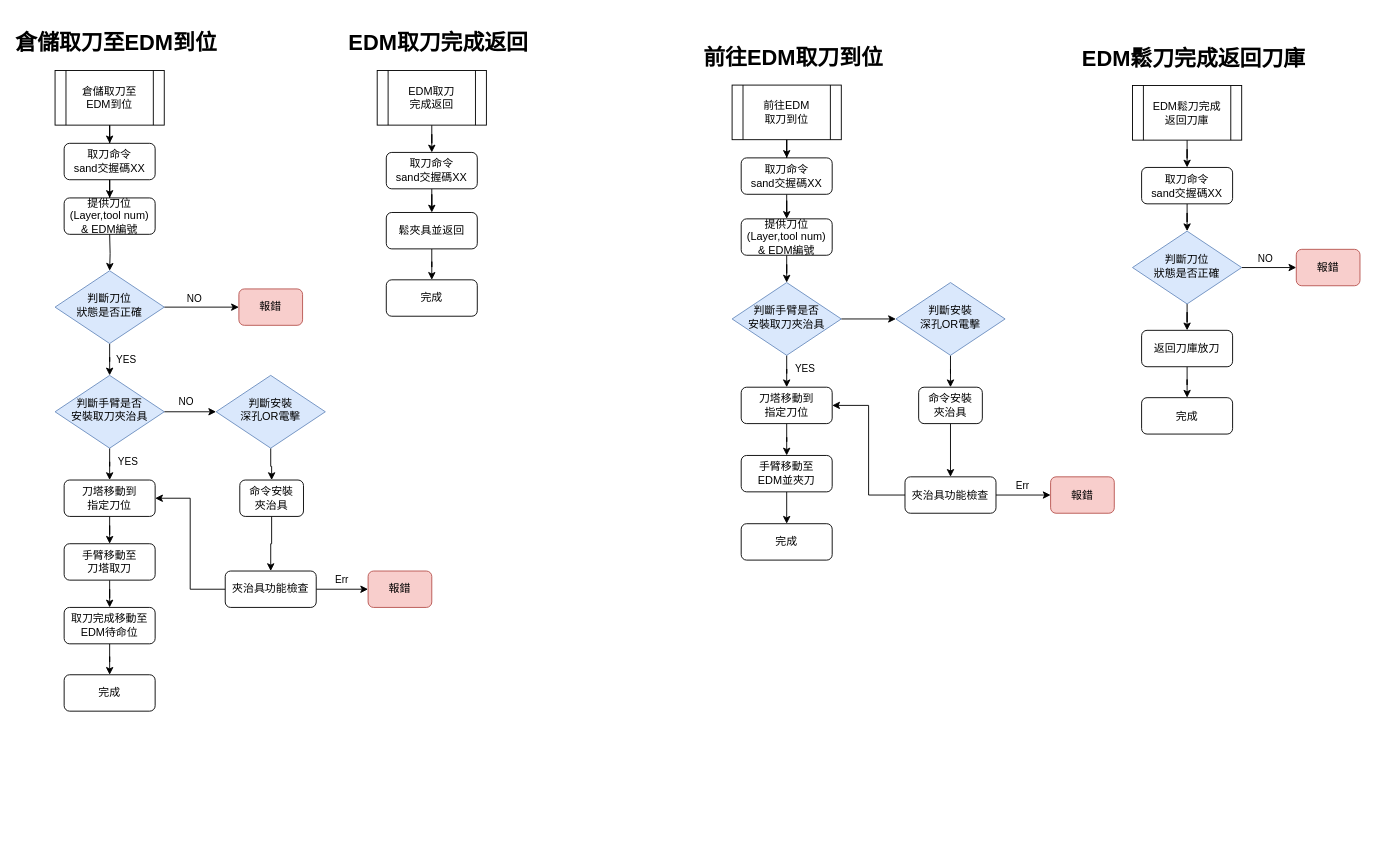
Earlier version of the draw.io diagram page "自動取放刀" (4 of 6) of 上位系統交握流程.drawio (ChiangRyan/process-diagram). Source tidied: cells renumbered, new cells numbered last; positions are measured from the earlier drawing's top-left corner, leaving out a move shared by most shapes. Both pictures are drawn from the tidied source at 91%, with x=0, y=0 at pixel (55, 25).
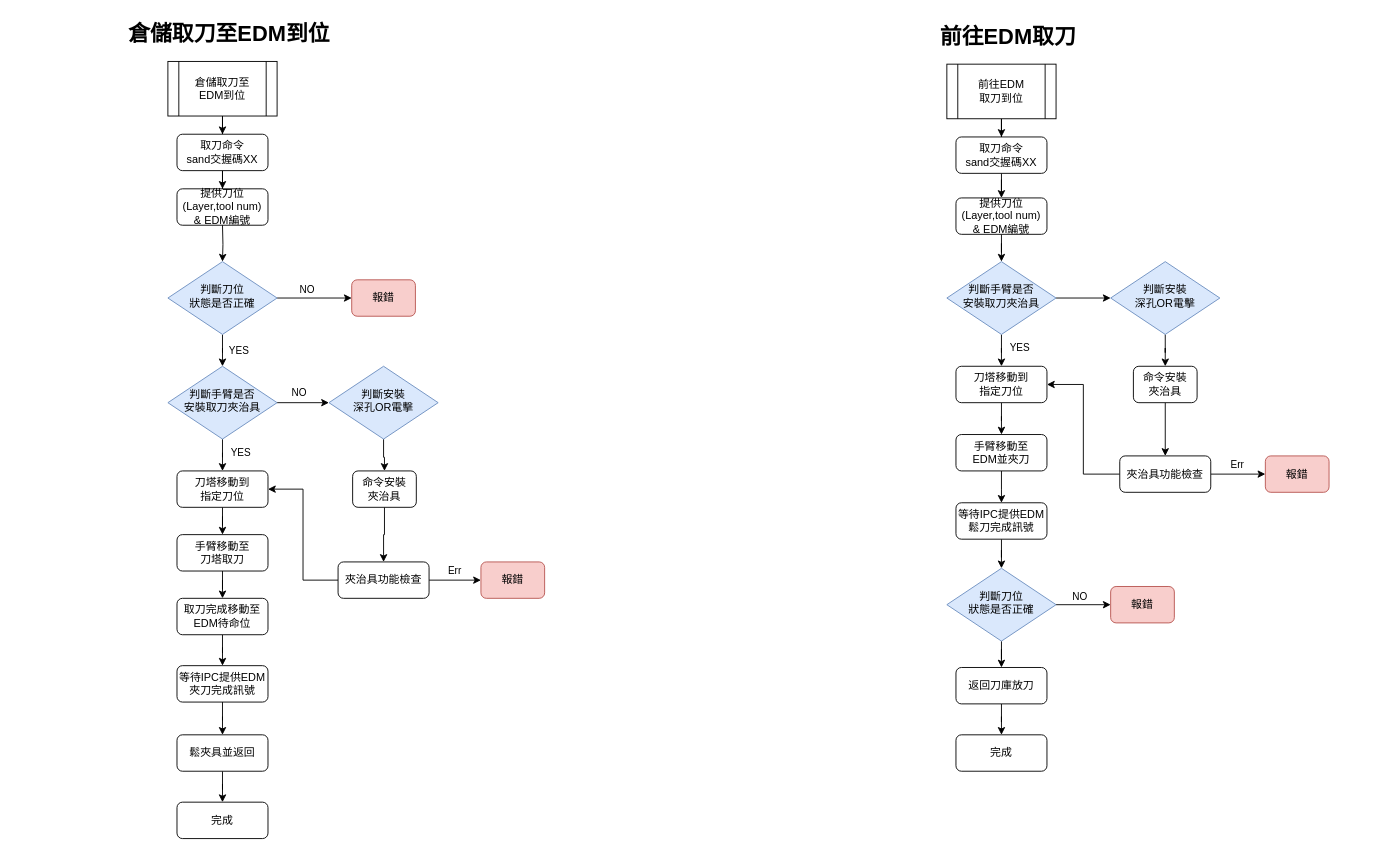
The same page after the edit.

Commit message:
更新上位系統交握流程.drawio

Change to the diagram source:
```diff
@@
     <mxCell id="2" value="提供刀位(Layer,tool num)&lt;div&gt;&amp;amp; EDM編號&lt;br&gt;&lt;/div&gt;" style="rounded=1;whiteSpace=wrap;html=1;fontSize=12;glass=0;strokeWidth=1;shadow=0;" parent="1" vertex="1">
-      <mxGeometry x="10" y="190" width="100" height="40" as="geometry" />
+      <mxGeometry x="134" y="180" width="100" height="40" as="geometry" />
     </mxCell>
@@
     <mxCell id="4" value="倉儲取刀&lt;span style=&quot;background-color: initial;&quot;&gt;至&lt;/span&gt;&lt;div&gt;&lt;div&gt;EDM到位&lt;/div&gt;&lt;/div&gt;" style="shape=process;whiteSpace=wrap;html=1;backgroundOutline=1;" parent="1" vertex="1">
-      <mxGeometry y="50" width="120" height="60" as="geometry" />
+      <mxGeometry x="124" y="40" width="120" height="60" as="geometry" />
     </mxCell>
@@
     <mxCell id="6" value="取刀命令&lt;div&gt;sand交握碼XX&lt;/div&gt;" style="rounded=1;whiteSpace=wrap;html=1;fontSize=12;glass=0;strokeWidth=1;shadow=0;" parent="1" vertex="1">
-      <mxGeometry x="10" y="130" width="100" height="40" as="geometry" />
+      <mxGeometry x="134" y="120" width="100" height="40" as="geometry" />
     </mxCell>
@@
     <mxCell id="8" value="刀塔移動到&lt;div&gt;指定刀位&lt;/div&gt;" style="rounded=1;whiteSpace=wrap;html=1;fontSize=12;glass=0;strokeWidth=1;shadow=0;" parent="1" vertex="1">
-      <mxGeometry x="10" y="500" width="100" height="40" as="geometry" />
+      <mxGeometry x="134" y="490" width="100" height="40" as="geometry" />
     </mxCell>
@@
     <mxCell id="13" value="判斷手臂是否&lt;div&gt;安裝取刀夾治具&lt;/div&gt;" style="rhombus;whiteSpace=wrap;html=1;shadow=0;fontFamily=Helvetica;fontSize=12;align=center;strokeWidth=1;spacing=6;spacingTop=-4;fillColor=#dae8fc;strokeColor=#6c8ebf;" parent="1" vertex="1">
-      <mxGeometry y="385" width="120" height="80" as="geometry" />
+      <mxGeometry x="124" y="375" width="120" height="80" as="geometry" />
     </mxCell>
@@
     <mxCell id="15" value="命令安裝&lt;div&gt;夾治具&lt;/div&gt;" style="rounded=1;whiteSpace=wrap;html=1;fontSize=12;glass=0;strokeWidth=1;shadow=0;" parent="1" vertex="1">
-      <mxGeometry x="203" y="500" width="70" height="40" as="geometry" />
+      <mxGeometry x="327" y="490" width="70" height="40" as="geometry" />
     </mxCell>
@@
     <mxCell id="17" value="取刀完成移動至EDM待命位" style="rounded=1;whiteSpace=wrap;html=1;fontSize=12;glass=0;strokeWidth=1;shadow=0;" parent="1" vertex="1">
-      <mxGeometry x="10" y="640" width="100" height="40" as="geometry" />
+      <mxGeometry x="134" y="630" width="100" height="40" as="geometry" />
     </mxCell>
+    <mxCell id="82" style="edgeStyle=orthogonalEdgeStyle;rounded=0;jettySize=auto;html=1;entryX=0.5;entryY=0;entryDx=0;entryDy=0;" parent="1" edge="1" source="18" target="41">
+      <mxGeometry relative="1" as="geometry" />
+    </mxCell>
-    <mxCell id="18" value="完成" style="rounded=1;whiteSpace=wrap;html=1;fontSize=12;glass=0;strokeWidth=1;shadow=0;" parent="1" vertex="1">
-      <mxGeometry x="10" y="714" width="100" height="40" as="geometry" />
+    <mxCell id="18" value="等待IPC提供EDM夾刀&lt;span style=&quot;background-color: initial;&quot;&gt;完成訊號&lt;/span&gt;" style="rounded=1;whiteSpace=wrap;html=1;fontSize=12;glass=0;strokeWidth=1;shadow=0;" parent="1" vertex="1">
+      <mxGeometry x="134" y="704" width="100" height="40" as="geometry" />
     </mxCell>
     <mxCell id="19" style="edgeStyle=orthogonalEdgeStyle;rounded=0;jettySize=auto;html=1;entryX=0.5;entryY=0;entryDx=0;entryDy=0;" parent="1" edge="1" target="26">
       <mxGeometry relative="1" as="geometry">
-        <mxPoint x="60" y="230" as="sourcePoint" />
+        <mxPoint x="184" y="220" as="sourcePoint" />
       </mxGeometry>
     </mxCell>
@@
     <mxCell id="26" value="判斷刀位&lt;div&gt;狀態是否正確&lt;/div&gt;" style="rhombus;whiteSpace=wrap;html=1;shadow=0;fontFamily=Helvetica;fontSize=12;align=center;strokeWidth=1;spacing=6;spacingTop=-4;fillColor=#dae8fc;strokeColor=#6c8ebf;" parent="1" vertex="1">
-      <mxGeometry y="270" width="120" height="80" as="geometry" />
+      <mxGeometry x="124" y="260" width="120" height="80" as="geometry" />
     </mxCell>
     <mxCell id="27" value="報錯" style="rounded=1;whiteSpace=wrap;html=1;fontSize=12;glass=0;strokeWidth=1;shadow=0;fillColor=#f8cecc;strokeColor=#b85450;" parent="1" vertex="1">
-      <mxGeometry x="202" y="290" width="70" height="40" as="geometry" />
+      <mxGeometry x="326" y="280" width="70" height="40" as="geometry" />
     </mxCell>
     <mxCell id="28" value="倉儲取刀至EDM到位" style="text;strokeColor=none;fillColor=none;html=1;fontSize=24;fontStyle=1;verticalAlign=middle;align=center;" parent="1" vertex="1">
-      <mxGeometry x="17" width="100" height="40" as="geometry" />
+      <mxGeometry x="141" y="-10" width="100" height="40" as="geometry" />
     </mxCell>
@@
     <mxCell id="30" value="手臂移動至&lt;div&gt;刀塔取刀&lt;/div&gt;" style="rounded=1;whiteSpace=wrap;html=1;fontSize=12;glass=0;strokeWidth=1;shadow=0;" parent="1" vertex="1">
-      <mxGeometry x="10" y="570" width="100" height="40" as="geometry" />
+      <mxGeometry x="134" y="560" width="100" height="40" as="geometry" />
     </mxCell>
@@
     <mxCell id="34" value="夾治具功能檢查" style="rounded=1;whiteSpace=wrap;html=1;fontSize=12;glass=0;strokeWidth=1;shadow=0;" parent="1" vertex="1">
-      <mxGeometry x="187" y="600" width="100" height="40" as="geometry" />
+      <mxGeometry x="311" y="590" width="100" height="40" as="geometry" />
     </mxCell>
     <mxCell id="35" value="報錯" style="rounded=1;whiteSpace=wrap;html=1;fontSize=12;glass=0;strokeWidth=1;shadow=0;fillColor=#f8cecc;strokeColor=#b85450;" parent="1" vertex="1">
-      <mxGeometry x="344" y="600" width="70" height="40" as="geometry" />
+      <mxGeometry x="468" y="590" width="70" height="40" as="geometry" />
     </mxCell>
-    <mxCell id="36" style="edgeStyle=orthogonalEdgeStyle;rounded=0;jettySize=auto;html=1;entryX=0.5;entryY=0;entryDx=0;entryDy=0;" parent="1" edge="1" source="37" target="39">
-      <mxGeometry relative="1" as="geometry" />
-    </mxCell>
-    <mxCell id="37" value="EDM取刀&lt;div&gt;完成返回&lt;/div&gt;" style="shape=process;whiteSpace=wrap;html=1;backgroundOutline=1;" parent="1" vertex="1">
-      <mxGeometry x="354" y="50" width="120" height="60" as="geometry" />
-    </mxCell>
-    <mxCell id="38" style="edgeStyle=orthogonalEdgeStyle;rounded=0;jettySize=auto;html=1;entryX=0.5;entryY=0;entryDx=0;entryDy=0;" parent="1" edge="1" source="39" target="41">
-      <mxGeometry relative="1" as="geometry" />
-    </mxCell>
-    <mxCell id="39" value="取刀命令&lt;div&gt;sand交握碼XX&lt;/div&gt;" style="rounded=1;whiteSpace=wrap;html=1;fontSize=12;glass=0;strokeWidth=1;shadow=0;" parent="1" vertex="1">
-      <mxGeometry x="364" y="140" width="100" height="40" as="geometry" />
-    </mxCell>
-    <mxCell id="40" style="edgeStyle=orthogonalEdgeStyle;rounded=0;jettySize=auto;html=1;entryX=0.5;entryY=0;entryDx=0;entryDy=0;" parent="1" edge="1" source="41" target="42">
-      <mxGeometry relative="1" as="geometry" />
-    </mxCell>
-    <mxCell id="41" value="鬆夾具並返回" style="rounded=1;whiteSpace=wrap;html=1;fontSize=12;glass=0;strokeWidth=1;shadow=0;" parent="1" vertex="1">
-      <mxGeometry x="364" y="206" width="100" height="40" as="geometry" />
-    </mxCell>
-    <mxCell id="42" value="完成" style="rounded=1;whiteSpace=wrap;html=1;fontSize=12;glass=0;strokeWidth=1;shadow=0;" parent="1" vertex="1">
-      <mxGeometry x="364" y="280" width="100" height="40" as="geometry" />
-    </mxCell>
-    <mxCell id="43" value="EDM取刀完成返回" style="text;strokeColor=none;fillColor=none;html=1;fontSize=24;fontStyle=1;verticalAlign=middle;align=center;" parent="1" vertex="1">
-      <mxGeometry x="371" width="100" height="40" as="geometry" />
-    </mxCell>
@@
     <mxCell id="45" value="前往EDM&lt;div&gt;取刀到位&lt;/div&gt;" style="shape=process;whiteSpace=wrap;html=1;backgroundOutline=1;" parent="1" vertex="1">
-      <mxGeometry x="744" y="66" width="120" height="60" as="geometry" />
+      <mxGeometry x="980" y="43" width="120" height="60" as="geometry" />
     </mxCell>
@@
     <mxCell id="47" value="取刀命令&lt;div&gt;sand交握碼XX&lt;/div&gt;" style="rounded=1;whiteSpace=wrap;html=1;fontSize=12;glass=0;strokeWidth=1;shadow=0;" parent="1" vertex="1">
-      <mxGeometry x="754" y="146" width="100" height="40" as="geometry" />
+      <mxGeometry x="990" y="123" width="100" height="40" as="geometry" />
     </mxCell>
+    <mxCell id="83" style="edgeStyle=orthogonalEdgeStyle;rounded=0;jettySize=auto;html=1;entryX=0.5;entryY=0;entryDx=0;entryDy=0;" parent="1" edge="1" source="48" target="76">
+      <mxGeometry relative="1" as="geometry" />
+    </mxCell>
-    <mxCell id="48" value="完成" style="rounded=1;whiteSpace=wrap;html=1;fontSize=12;glass=0;strokeWidth=1;shadow=0;" parent="1" vertex="1">
-      <mxGeometry x="754" y="548" width="100" height="40" as="geometry" />
+    <mxCell id="48" value="等待IPC提供EDM鬆刀完成訊號" style="rounded=1;whiteSpace=wrap;html=1;fontSize=12;glass=0;strokeWidth=1;shadow=0;" parent="1" vertex="1">
+      <mxGeometry x="990" y="525" width="100" height="40" as="geometry" />
     </mxCell>
-    <mxCell id="49" value="前往EDM取刀到位" style="text;strokeColor=none;fillColor=none;html=1;fontSize=24;fontStyle=1;verticalAlign=middle;align=center;" parent="1" vertex="1">
-      <mxGeometry x="761" y="16" width="100" height="40" as="geometry" />
+    <mxCell id="49" value="前往EDM取刀" style="text;strokeColor=none;fillColor=none;html=1;fontSize=24;fontStyle=1;verticalAlign=middle;align=center;" parent="1" vertex="1">
+      <mxGeometry x="997" y="-7" width="100" height="40" as="geometry" />
     </mxCell>
     <mxCell id="50" style="edgeStyle=orthogonalEdgeStyle;rounded=0;jettySize=auto;html=1;" parent="1" edge="1" source="51">
       <mxGeometry relative="1" as="geometry">
-        <mxPoint x="804" y="548" as="targetPoint" />
+        <mxPoint x="1040" y="525" as="targetPoint" />
       </mxGeometry>
     </mxCell>
     <mxCell id="51" value="手臂移動至&lt;div&gt;EDM並夾刀&lt;/div&gt;" style="rounded=1;whiteSpace=wrap;html=1;fontSize=12;glass=0;strokeWidth=1;shadow=0;" parent="1" vertex="1">
-      <mxGeometry x="754" y="473" width="100" height="40" as="geometry" />
+      <mxGeometry x="990" y="450" width="100" height="40" as="geometry" />
     </mxCell>
-    <mxCell id="52" style="edgeStyle=orthogonalEdgeStyle;rounded=0;jettySize=auto;html=1;entryX=0.5;entryY=0;entryDx=0;entryDy=0;" parent="1" edge="1" source="53" target="55">
-      <mxGeometry relative="1" as="geometry" />
-    </mxCell>
-    <mxCell id="53" value="EDM鬆刀完成&lt;div&gt;返回刀庫&lt;br&gt;&lt;/div&gt;" style="shape=process;whiteSpace=wrap;html=1;backgroundOutline=1;" parent="1" vertex="1">
-      <mxGeometry x="1184" y="66.5" width="120" height="60" as="geometry" />
-    </mxCell>
-    <mxCell id="54" style="edgeStyle=orthogonalEdgeStyle;rounded=0;jettySize=auto;html=1;entryX=0.5;entryY=0;entryDx=0;entryDy=0;" parent="1" edge="1" source="55" target="76">
-      <mxGeometry relative="1" as="geometry" />
-    </mxCell>
-    <mxCell id="55" value="取刀命令&lt;div&gt;sand交握碼XX&lt;/div&gt;" style="rounded=1;whiteSpace=wrap;html=1;fontSize=12;glass=0;strokeWidth=1;shadow=0;" parent="1" vertex="1">
-      <mxGeometry x="1194" y="156.5" width="100" height="40" as="geometry" />
-    </mxCell>
@@
     <mxCell id="57" value="返回刀庫放刀" style="rounded=1;whiteSpace=wrap;html=1;fontSize=12;glass=0;strokeWidth=1;shadow=0;" parent="1" vertex="1">
-      <mxGeometry x="1194" y="335.5" width="100" height="40" as="geometry" />
+      <mxGeometry x="990" y="706" width="100" height="40" as="geometry" />
     </mxCell>
     <mxCell id="58" value="完成" style="rounded=1;whiteSpace=wrap;html=1;fontSize=12;glass=0;strokeWidth=1;shadow=0;" parent="1" vertex="1">
-      <mxGeometry x="1194" y="409.5" width="100" height="40" as="geometry" />
+      <mxGeometry x="990" y="780" width="100" height="40" as="geometry" />
     </mxCell>
-    <mxCell id="59" value="EDM鬆刀完成返回刀庫" style="text;strokeColor=none;fillColor=none;html=1;fontSize=24;fontStyle=1;verticalAlign=middle;align=center;" parent="1" vertex="1">
-      <mxGeometry x="1201" y="16.5" width="100" height="40" as="geometry" />
-    </mxCell>
@@
     <mxCell id="61" value="刀塔移動到&lt;div&gt;指定刀位&lt;/div&gt;" style="rounded=1;whiteSpace=wrap;html=1;fontSize=12;glass=0;strokeWidth=1;shadow=0;" parent="1" vertex="1">
-      <mxGeometry x="754" y="398" width="100" height="40" as="geometry" />
+      <mxGeometry x="990" y="375" width="100" height="40" as="geometry" />
     </mxCell>
@@
     <mxCell id="65" value="判斷手臂是否&lt;div&gt;安裝取刀夾治具&lt;/div&gt;" style="rhombus;whiteSpace=wrap;html=1;shadow=0;fontFamily=Helvetica;fontSize=12;align=center;strokeWidth=1;spacing=6;spacingTop=-4;fillColor=#dae8fc;strokeColor=#6c8ebf;" parent="1" vertex="1">
-      <mxGeometry x="744" y="283" width="120" height="80" as="geometry" />
+      <mxGeometry x="980" y="260" width="120" height="80" as="geometry" />
     </mxCell>
@@
     <mxCell id="67" value="命令安裝&lt;div&gt;夾治具&lt;/div&gt;" style="rounded=1;whiteSpace=wrap;html=1;fontSize=12;glass=0;strokeWidth=1;shadow=0;" parent="1" vertex="1">
-      <mxGeometry x="949" y="398" width="70" height="40" as="geometry" />
+      <mxGeometry x="1185" y="375" width="70" height="40" as="geometry" />
     </mxCell>
@@
     <mxCell id="69" value="夾治具功能檢查" style="rounded=1;whiteSpace=wrap;html=1;fontSize=12;glass=0;strokeWidth=1;shadow=0;" parent="1" vertex="1">
-      <mxGeometry x="934" y="496.5" width="100" height="40" as="geometry" />
+      <mxGeometry x="1170" y="473.5" width="100" height="40" as="geometry" />
     </mxCell>
     <mxCell id="70" value="報錯" style="rounded=1;whiteSpace=wrap;html=1;fontSize=12;glass=0;strokeWidth=1;shadow=0;fillColor=#f8cecc;strokeColor=#b85450;" parent="1" vertex="1">
-      <mxGeometry x="1094" y="496.5" width="70" height="40" as="geometry" />
+      <mxGeometry x="1330" y="473.5" width="70" height="40" as="geometry" />
     </mxCell>
@@
     <mxCell id="72" value="提供刀位(Layer,tool num)&lt;div&gt;&amp;amp; EDM編號&lt;br&gt;&lt;/div&gt;" style="rounded=1;whiteSpace=wrap;html=1;fontSize=12;glass=0;strokeWidth=1;shadow=0;" parent="1" vertex="1">
-      <mxGeometry x="754" y="213" width="100" height="40" as="geometry" />
+      <mxGeometry x="990" y="190" width="100" height="40" as="geometry" />
     </mxCell>
@@
     <mxCell id="76" value="判斷刀位&lt;div&gt;狀態是否正確&lt;/div&gt;" style="rhombus;whiteSpace=wrap;html=1;shadow=0;fontFamily=Helvetica;fontSize=12;align=center;strokeWidth=1;spacing=6;spacingTop=-4;fillColor=#dae8fc;strokeColor=#6c8ebf;" parent="1" vertex="1">
-      <mxGeometry x="1184" y="226.5" width="120" height="80" as="geometry" />
+      <mxGeometry x="980" y="597" width="120" height="80" as="geometry" />
     </mxCell>
     <mxCell id="77" value="報錯" style="rounded=1;whiteSpace=wrap;html=1;fontSize=12;glass=0;strokeWidth=1;shadow=0;fillColor=#f8cecc;strokeColor=#b85450;" parent="1" vertex="1">
-      <mxGeometry x="1364" y="246.5" width="70" height="40" as="geometry" />
+      <mxGeometry x="1160" y="617" width="70" height="40" as="geometry" />
     </mxCell>
@@
     <mxCell id="79" value="判斷安裝&lt;div&gt;深孔OR電擊&lt;/div&gt;" style="rhombus;whiteSpace=wrap;html=1;shadow=0;fontFamily=Helvetica;fontSize=12;align=center;strokeWidth=1;spacing=6;spacingTop=-4;fillColor=#dae8fc;strokeColor=#6c8ebf;" parent="1" vertex="1">
-      <mxGeometry x="177" y="385" width="120" height="80" as="geometry" />
+      <mxGeometry x="301" y="375" width="120" height="80" as="geometry" />
     </mxCell>
@@
     <mxCell id="81" value="判斷安裝&lt;div&gt;深孔OR電擊&lt;/div&gt;" style="rhombus;whiteSpace=wrap;html=1;shadow=0;fontFamily=Helvetica;fontSize=12;align=center;strokeWidth=1;spacing=6;spacingTop=-4;fillColor=#dae8fc;strokeColor=#6c8ebf;" parent="1" vertex="1">
-      <mxGeometry x="924" y="283" width="120" height="80" as="geometry" />
+      <mxGeometry x="1160" y="260" width="120" height="80" as="geometry" />
     </mxCell>
+    <mxCell id="40" style="edgeStyle=orthogonalEdgeStyle;rounded=0;jettySize=auto;html=1;entryX=0.5;entryY=0;entryDx=0;entryDy=0;" parent="1" edge="1" source="41" target="42">
+      <mxGeometry relative="1" as="geometry" />
+    </mxCell>
+    <mxCell id="41" value="鬆夾具並返回" style="rounded=1;whiteSpace=wrap;html=1;fontSize=12;glass=0;strokeWidth=1;shadow=0;" parent="1" vertex="1">
+      <mxGeometry x="134" y="780" width="100" height="40" as="geometry" />
+    </mxCell>
+    <mxCell id="42" value="完成" style="rounded=1;whiteSpace=wrap;html=1;fontSize=12;glass=0;strokeWidth=1;shadow=0;" parent="1" vertex="1">
+      <mxGeometry x="134" y="854" width="100" height="40" as="geometry" />
+    </mxCell>
```
